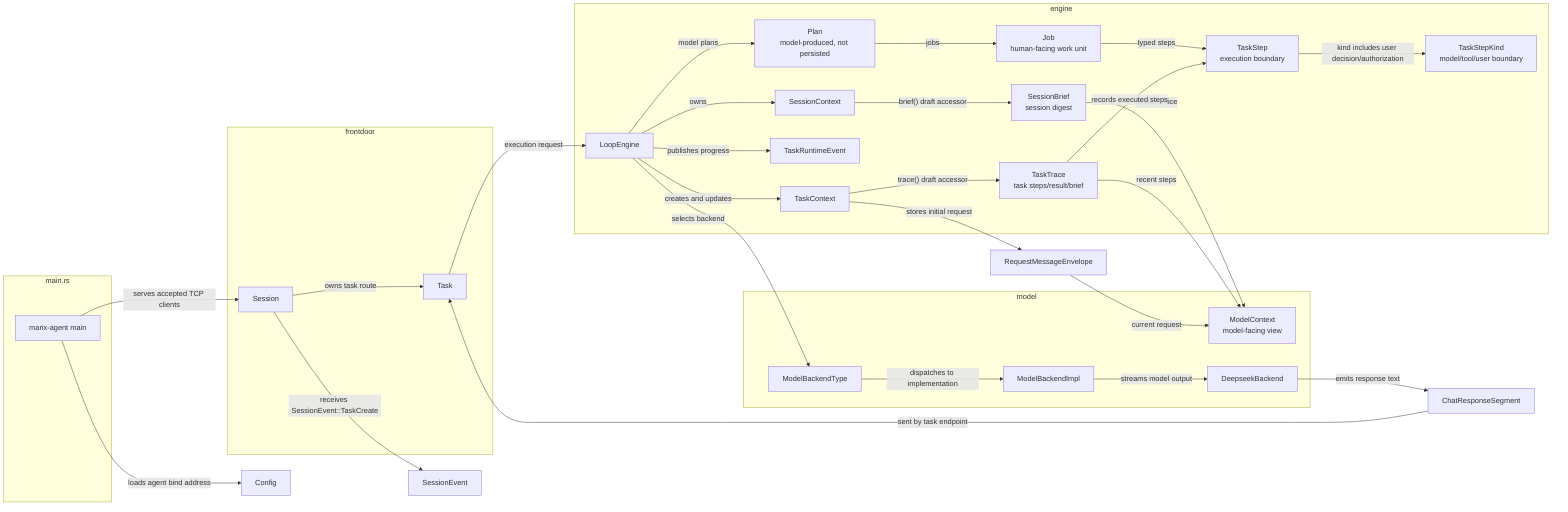
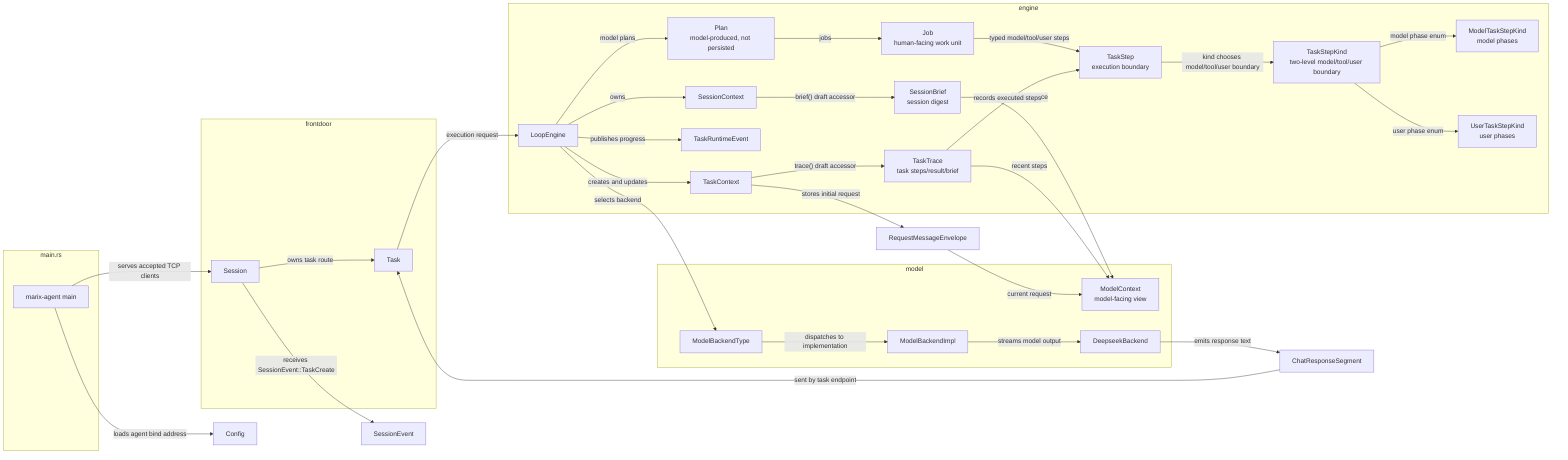
flowchart LR
  subgraph main_rs["main.rs"]
    AgentMain["marix-agent main"]
  end

  subgraph frontdoor["frontdoor"]
    Session["Session"]
    Task["Task"]
  end

  subgraph engine["engine"]
    LoopEngine["LoopEngine"]
    SessionContext["SessionContext"]
    SessionBrief["SessionBrief\nsession digest"]
    TaskContext["TaskContext"]
    TaskTrace["TaskTrace\ntask steps/result/brief"]
    TaskRuntimeEvent["TaskRuntimeEvent"]
    Plan["Plan\nmodel-produced, not persisted"]
    Job["Job\nhuman-facing work unit"]
    TaskStep["TaskStep\nexecution boundary"]
-     TaskStepKind["TaskStepKind\nmodel/tool/user boundary"]
+     TaskStepKind["TaskStepKind\ntwo-level model/tool/user boundary"]
+     ModelTaskStepKind["ModelTaskStepKind\nmodel phases"]
+     UserTaskStepKind["UserTaskStepKind\nuser phases"]
  end

  subgraph model["model"]
    ModelContext["ModelContext\nmodel-facing view"]
    ModelBackendType["ModelBackendType"]
    ModelBackendImpl["ModelBackendImpl"]
    DeepseekBackend["DeepseekBackend"]
  end

  Config["Config"]
  SessionEvent["SessionEvent"]
  RequestMessageEnvelope["RequestMessageEnvelope"]
  ChatResponseSegment["ChatResponseSegment"]

  AgentMain -->|"loads agent bind address"| Config
  AgentMain -->|"serves accepted TCP clients"| Session
  Session -->|"receives SessionEvent::TaskCreate"| SessionEvent
  Session -->|"owns task route"| Task
  Task -->|"execution request"| LoopEngine
  LoopEngine -->|"creates and updates"| TaskContext
  LoopEngine -->|"owns"| SessionContext
  SessionContext -->|"brief() draft accessor"| SessionBrief
  TaskContext -->|"stores initial request"| RequestMessageEnvelope
  TaskContext -->|"trace() draft accessor"| TaskTrace
  SessionBrief -->|"session slice"| ModelContext
  TaskTrace -->|"recent steps"| ModelContext
  RequestMessageEnvelope -->|"current request"| ModelContext
  LoopEngine -->|"publishes progress"| TaskRuntimeEvent
  LoopEngine -->|"model plans"| Plan
  Plan -->|"jobs"| Job
-   Job -->|"typed steps"| TaskStep
-   TaskStep -->|"kind includes user decision/authorization"| TaskStepKind
+   Job -->|"typed model/tool/user steps"| TaskStep
+   TaskStep -->|"kind chooses model/tool/user boundary"| TaskStepKind
+   TaskStepKind -->|"model phase enum"| ModelTaskStepKind
+   TaskStepKind -->|"user phase enum"| UserTaskStepKind
  TaskTrace -->|"records executed steps"| TaskStep
  LoopEngine -->|"selects backend"| ModelBackendType
  ModelBackendType -->|"dispatches to implementation"| ModelBackendImpl
  ModelBackendImpl -->|"streams model output"| DeepseekBackend
  DeepseekBackend -->|"emits response text"| ChatResponseSegment
  ChatResponseSegment -->|"sent by task endpoint"| Task
